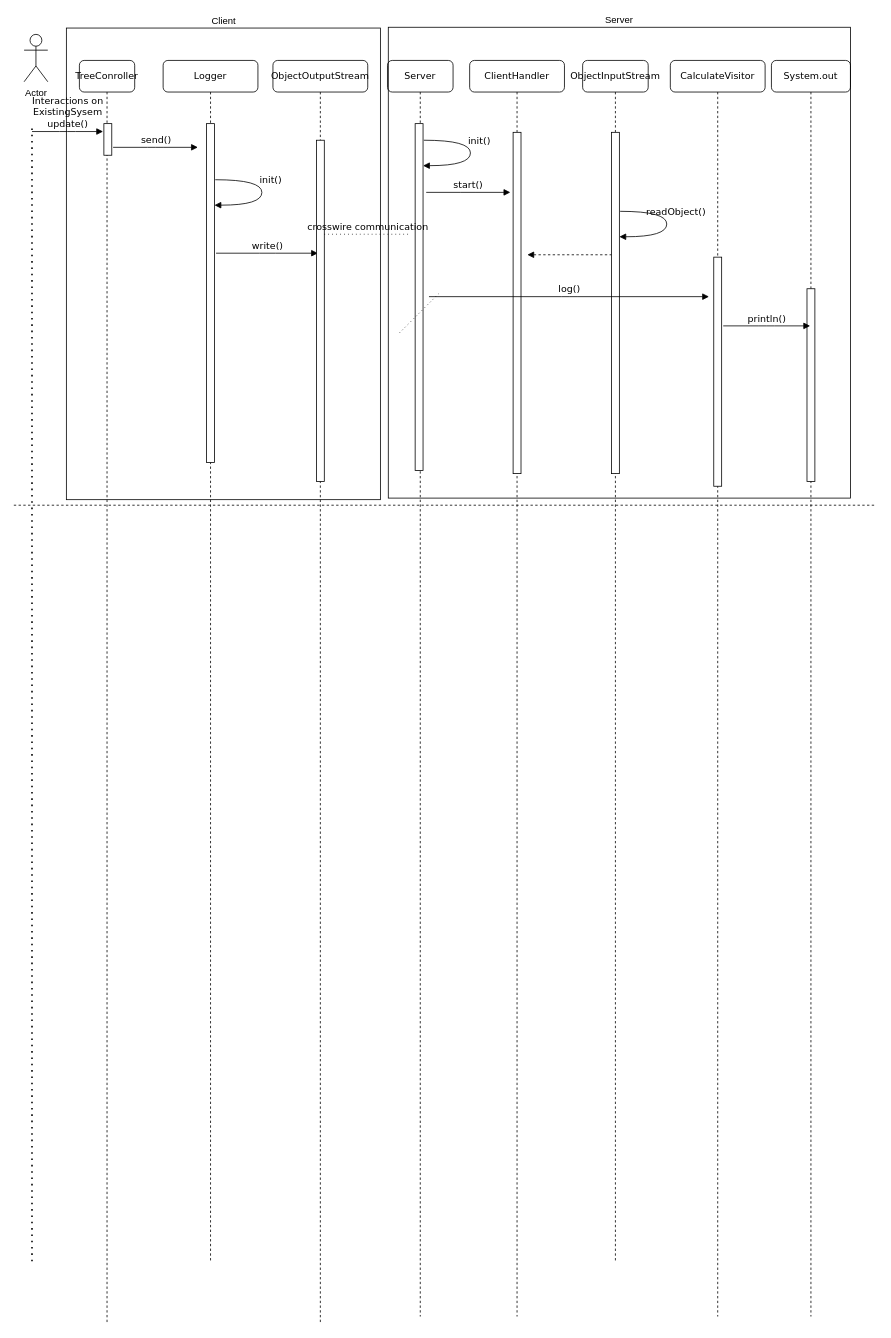
Before: HW3Q1.drawio in parveshj/577, a draw.io diagram. Source tidied: cells renumbered, new cells numbered last; positions are measured from the earlier drawing's top-left corner, leaving out a move shared by most shapes. Both pictures are drawn from the tidied source at 79%, with x=0, y=0 at pixel (13, 27).
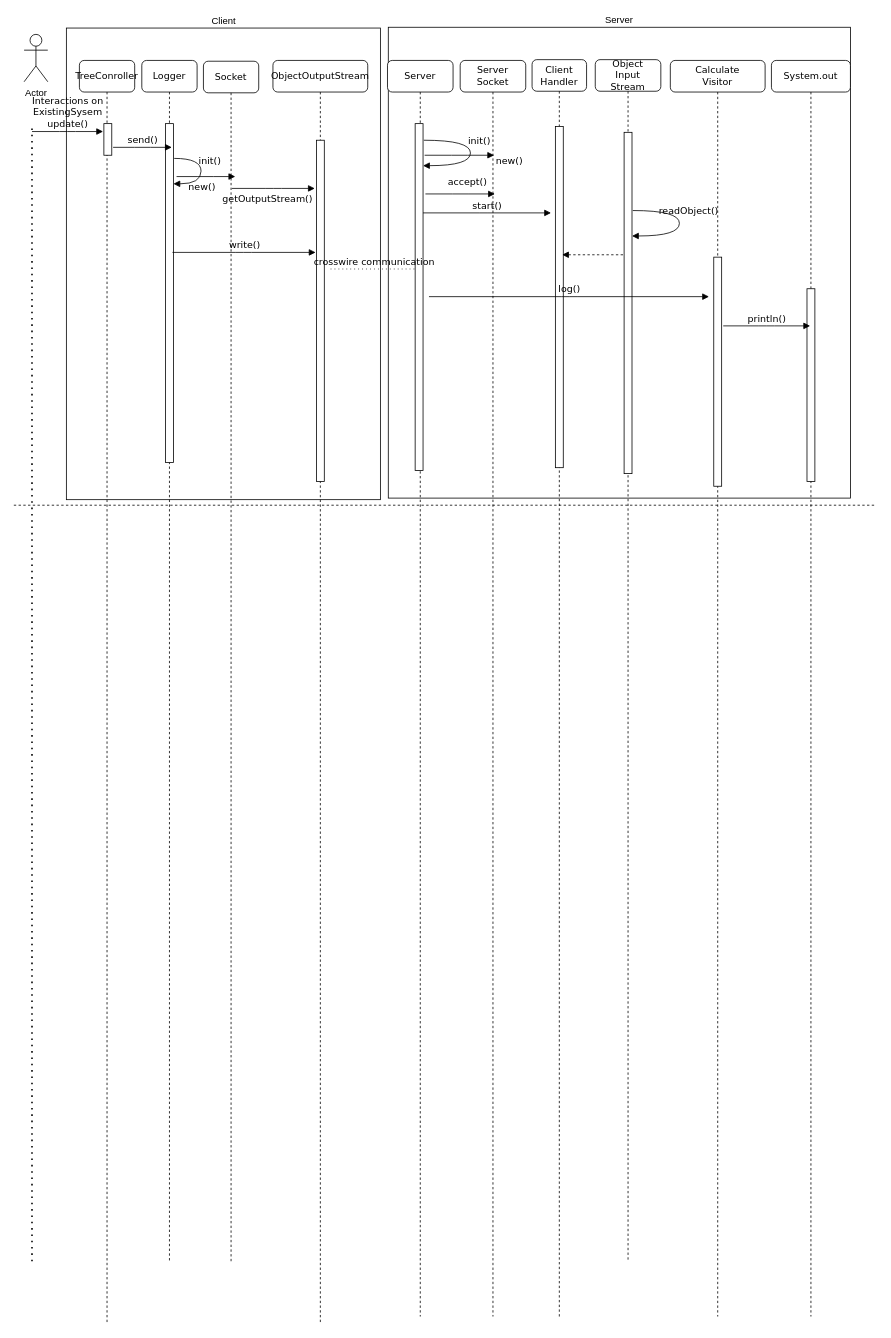
Above is the later version.

The change refers to these unchanged cells:
```xml
<mxCell id="7" style="html=1;points=[];perimeter=orthogonalPerimeter;rounded=0;shadow=0;comic=0;labelBackgroundColor=none;strokeWidth=1;fontFamily=Verdana;fontSize=12;align=center;" parent="6" vertex="1">
  <mxGeometry x="31" y="80" width="10" height="40" as="geometry" />
</mxCell>
```

The edit, as a diff of the source:
```diff
@@
+    <mxCell id="32" value="Server" style="rounded=0;whiteSpace=wrap;html=1;labelPosition=center;verticalLabelPosition=top;align=center;verticalAlign=bottom;fillColor=none;" parent="1" vertex="1">
+      <mxGeometry x="474" width="585" height="596" as="geometry" />
+    </mxCell>
+    <mxCell id="31" value="Client" style="rounded=0;html=1;fillColor=none;whiteSpace=wrap;labelPosition=center;verticalLabelPosition=top;align=center;verticalAlign=bottom;" parent="1" vertex="1">
+      <mxGeometry x="66.5" y="1" width="397.5" height="597" as="geometry" />
+    </mxCell>
     <mxCell id="2" value="Logger" style="shape=umlLifeline;perimeter=lifelinePerimeter;whiteSpace=wrap;html=1;rounded=1;shadow=0;comic=0;labelBackgroundColor=none;strokeWidth=1;fontFamily=Verdana;fontSize=12;align=center;" parent="1" vertex="1">
-      <mxGeometry x="189" y="42" width="120" height="1520" as="geometry" />
+      <mxGeometry x="162" y="42" width="70" height="1519" as="geometry" />
     </mxCell>
@@
-    <mxCell id="4" value="ObjectInputStream" style="shape=umlLifeline;perimeter=lifelinePerimeter;whiteSpace=wrap;html=1;rounded=1;shadow=0;comic=0;labelBackgroundColor=none;strokeWidth=1;fontFamily=Verdana;fontSize=12;align=center;" parent="1" vertex="1">
-      <mxGeometry x="720" y="42" width="83" height="1520" as="geometry" />
+    <mxCell id="4" value="Object&lt;br&gt;Input&lt;br&gt;Stream" style="shape=umlLifeline;perimeter=lifelinePerimeter;whiteSpace=wrap;html=1;rounded=1;shadow=0;comic=0;labelBackgroundColor=none;strokeWidth=1;fontFamily=Verdana;fontSize=12;align=center;" parent="1" vertex="1">
+      <mxGeometry x="736" y="41" width="83" height="1520" as="geometry" />
     </mxCell>
@@
     <mxCell id="10" style="html=1;perimeter=orthogonalPerimeter;rounded=0;shadow=0;comic=0;labelBackgroundColor=none;strokeWidth=1;fontFamily=Verdana;fontSize=12;align=center;" parent="1" vertex="1">
-      <mxGeometry x="244" y="122" width="10" height="429" as="geometry" />
+      <mxGeometry x="192" y="122" width="10" height="429" as="geometry" />
     </mxCell>
     <mxCell id="11" style="html=1;perimeter=orthogonalPerimeter;rounded=0;shadow=0;comic=0;labelBackgroundColor=none;strokeWidth=1;fontFamily=Verdana;fontSize=12;align=center;" parent="1" vertex="1">
-      <mxGeometry x="756.5" y="133" width="10" height="432" as="geometry" />
+      <mxGeometry x="772.5" y="133" width="10" height="432" as="geometry" />
     </mxCell>
@@
-    <mxCell id="16" value="ClientHandler" style="shape=umlLifeline;perimeter=lifelinePerimeter;whiteSpace=wrap;html=1;rounded=1;shadow=0;comic=0;labelBackgroundColor=none;strokeWidth=1;fontFamily=Verdana;fontSize=12;align=center;" parent="1" vertex="1">
-      <mxGeometry x="577" y="42" width="120" height="1590" as="geometry" />
+    <mxCell id="16" value="Client&lt;br&gt;Handler" style="shape=umlLifeline;perimeter=lifelinePerimeter;whiteSpace=wrap;html=1;rounded=1;shadow=0;comic=0;labelBackgroundColor=none;strokeWidth=1;fontFamily=Verdana;fontSize=12;align=center;" parent="1" vertex="1">
+      <mxGeometry x="656" y="41" width="69" height="1591" as="geometry" />
     </mxCell>
-    <mxCell id="17" value="CalculateVisitor" style="shape=umlLifeline;perimeter=lifelinePerimeter;whiteSpace=wrap;html=1;rounded=1;shadow=0;comic=0;labelBackgroundColor=none;strokeWidth=1;fontFamily=Verdana;fontSize=12;align=center;" parent="1" vertex="1">
+    <mxCell id="17" value="Calculate&lt;br&gt;Visitor" style="shape=umlLifeline;perimeter=lifelinePerimeter;whiteSpace=wrap;html=1;rounded=1;shadow=0;comic=0;labelBackgroundColor=none;strokeWidth=1;fontFamily=Verdana;fontSize=12;align=center;" parent="1" vertex="1">
       <mxGeometry x="831" y="42" width="120" height="1590" as="geometry" />
     </mxCell>
     <mxCell id="18" value="send()" style="html=1;verticalAlign=bottom;endArrow=block;labelBackgroundColor=none;fontFamily=Verdana;fontSize=12;edgeStyle=elbowEdgeStyle;elbow=horizontal;exitX=1.167;exitY=0.75;exitDx=0;exitDy=0;exitPerimeter=0;" parent="1" edge="1" source="7">
       <mxGeometry relative="1" as="geometry">
-        <mxPoint x="233" y="152" as="targetPoint" />
+        <mxPoint x="200" y="152" as="targetPoint" />
       </mxGeometry>
     </mxCell>
     <mxCell id="19" value="write()" style="html=1;verticalAlign=bottom;endArrow=block;labelBackgroundColor=none;fontFamily=Verdana;fontSize=12;edgeStyle=elbowEdgeStyle;elbow=horizontal;" parent="1" edge="1">
       <mxGeometry relative="1" as="geometry">
-        <mxPoint x="256" y="286" as="sourcePoint" />
-        <mxPoint x="385" y="286" as="targetPoint" />
+        <mxPoint x="200.8" y="285" as="sourcePoint" />
+        <mxPoint x="382" y="285" as="targetPoint" />
       </mxGeometry>
     </mxCell>
@@
     <mxCell id="22" value="start()" style="html=1;verticalAlign=bottom;endArrow=block;labelBackgroundColor=none;fontFamily=Verdana;fontSize=12;edgeStyle=elbowEdgeStyle;elbow=horizontal;" parent="1" edge="1">
       <mxGeometry relative="1" as="geometry">
-        <mxPoint x="522" y="209" as="sourcePoint" />
-        <mxPoint x="628.5" y="209" as="targetPoint" />
+        <mxPoint x="518" y="235" as="sourcePoint" />
+        <mxPoint x="680" y="235" as="targetPoint" />
       </mxGeometry>
     </mxCell>
     <mxCell id="23" style="html=1;perimeter=orthogonalPerimeter;rounded=0;shadow=0;comic=0;labelBackgroundColor=none;strokeWidth=1;fontFamily=Verdana;fontSize=12;align=center;" parent="1" vertex="1">
-      <mxGeometry x="632" y="133" width="10" height="432" as="geometry" />
+      <mxGeometry x="685.5" y="125.5" width="10" height="432" as="geometry" />
     </mxCell>
@@
     <mxCell id="25" value="readObject()" style="html=1;verticalAlign=bottom;endArrow=block;labelBackgroundColor=none;fontFamily=Verdana;fontSize=12;elbow=vertical;edgeStyle=orthogonalEdgeStyle;curved=1;exitX=1.1;exitY=0.2;exitDx=0;exitDy=0;exitPerimeter=0;" parent="1" edge="1">
       <mxGeometry x="-0.09" y="11" relative="1" as="geometry">
-        <mxPoint x="767.5" y="233" as="sourcePoint" />
-        <mxPoint x="766.5" y="265.2" as="targetPoint" />
+        <mxPoint x="783.5" y="232" as="sourcePoint" />
+        <mxPoint x="782.5" y="264.2" as="targetPoint" />
         <Array as="points">
-          <mxPoint x="826.5" y="233" />
-          <mxPoint x="826.5" y="265" />
+          <mxPoint x="842.5" y="232" />
+          <mxPoint x="842.5" y="264" />
         </Array>
       </mxGeometry>
     </mxCell>
     <mxCell id="26" style="html=1;verticalAlign=bottom;endArrow=none;labelBackgroundColor=none;fontFamily=Verdana;fontSize=12;edgeStyle=elbowEdgeStyle;elbow=horizontal;startArrow=block;startFill=1;endFill=0;dashed=1;" parent="1" edge="1">
       <mxGeometry relative="1" as="geometry">
-        <mxPoint x="650" y="288" as="sourcePoint" />
-        <mxPoint x="756.5" y="288" as="targetPoint" />
+        <mxPoint x="694" y="288" as="sourcePoint" />
+        <mxPoint x="772.5" y="288" as="targetPoint" />
       </mxGeometry>
     </mxCell>
@@
     <mxCell id="30" value="crosswire communication" style="html=1;verticalAlign=bottom;endArrow=none;labelBackgroundColor=none;fontFamily=Verdana;fontSize=12;edgeStyle=elbowEdgeStyle;elbow=horizontal;dashed=1;dashPattern=1 4;endFill=0;" parent="1" edge="1">
       <mxGeometry relative="1" as="geometry">
-        <mxPoint x="393" y="262" as="sourcePoint" />
-        <mxPoint x="503" y="262" as="targetPoint" />
+        <mxPoint x="401" y="306" as="sourcePoint" />
+        <mxPoint x="511" y="306" as="targetPoint" />
       </mxGeometry>
     </mxCell>
-    <mxCell id="31" value="Client" style="rounded=0;html=1;fillColor=none;whiteSpace=wrap;labelPosition=center;verticalLabelPosition=top;align=center;verticalAlign=bottom;" parent="1" vertex="1">
-      <mxGeometry x="66.5" y="1" width="397.5" height="597" as="geometry" />
-    </mxCell>
-    <mxCell id="32" value="Server" style="rounded=0;whiteSpace=wrap;html=1;labelPosition=center;verticalLabelPosition=top;align=center;verticalAlign=bottom;fillColor=none;" parent="1" vertex="1">
-      <mxGeometry x="474" width="585" height="596" as="geometry" />
-    </mxCell>
     <mxCell id="33" value="init()" style="html=1;verticalAlign=bottom;endArrow=block;labelBackgroundColor=none;fontFamily=Verdana;fontSize=12;elbow=vertical;edgeStyle=orthogonalEdgeStyle;curved=1;exitX=1.1;exitY=0.2;exitDx=0;exitDy=0;exitPerimeter=0;" parent="1" edge="1">
       <mxGeometry x="-0.09" y="11" relative="1" as="geometry">
-        <mxPoint x="255" y="193" as="sourcePoint" />
-        <mxPoint x="254" y="225.2" as="targetPoint" />
+        <mxPoint x="203" y="166" as="sourcePoint" />
+        <mxPoint x="202" y="198.2" as="targetPoint" />
         <Array as="points">
-          <mxPoint x="314" y="193" />
-          <mxPoint x="314" y="225" />
+          <mxPoint x="237" y="166" />
+          <mxPoint x="237" y="198" />
         </Array>
       </mxGeometry>
     </mxCell>
-    <mxCell id="34" style="endArrow=none;html=1;dashed=1;dashPattern=1 4;" parent="1" edge="1">
-      <mxGeometry relative="1" as="geometry">
-        <mxPoint x="488" y="387" as="sourcePoint" />
-        <mxPoint x="538" y="337" as="targetPoint" />
-      </mxGeometry>
-    </mxCell>
+    <mxCell id="35" value="Socket" style="shape=umlLifeline;perimeter=lifelinePerimeter;whiteSpace=wrap;html=1;rounded=1;shadow=0;comic=0;labelBackgroundColor=none;strokeWidth=1;fontFamily=Verdana;fontSize=12;align=center;" parent="1" vertex="1">
+      <mxGeometry x="240" y="43" width="70" height="1519" as="geometry" />
+    </mxCell>
+    <mxCell id="36" value="new()" style="html=1;verticalAlign=bottom;endArrow=block;labelBackgroundColor=none;fontFamily=Verdana;fontSize=12;edgeStyle=elbowEdgeStyle;elbow=horizontal;exitX=1.167;exitY=0.75;exitDx=0;exitDy=0;exitPerimeter=0;" parent="1" edge="1">
+      <mxGeometry x="-0.14" y="-23" relative="1" as="geometry">
+        <mxPoint x="206" y="189" as="sourcePoint" />
+        <mxPoint x="280.3" y="189" as="targetPoint" />
+      </mxGeometry>
+    </mxCell>
+    <mxCell id="37" value="getOutputStream()" style="html=1;verticalAlign=bottom;endArrow=block;labelBackgroundColor=none;fontFamily=Verdana;fontSize=12;edgeStyle=elbowEdgeStyle;elbow=horizontal;exitX=1.167;exitY=0.75;exitDx=0;exitDy=0;exitPerimeter=0;" parent="1" edge="1">
+      <mxGeometry x="-0.14" y="-23" relative="1" as="geometry">
+        <mxPoint x="276" y="204" as="sourcePoint" />
+        <mxPoint x="381" y="204" as="targetPoint" />
+      </mxGeometry>
+    </mxCell>
+    <mxCell id="38" value="Server&lt;br&gt;Socket" style="shape=umlLifeline;perimeter=lifelinePerimeter;whiteSpace=wrap;html=1;rounded=1;shadow=0;comic=0;labelBackgroundColor=none;strokeWidth=1;fontFamily=Verdana;fontSize=12;align=center;" parent="1" vertex="1">
+      <mxGeometry x="565" y="42" width="83" height="1590" as="geometry" />
+    </mxCell>
+    <mxCell id="39" value="new()" style="html=1;verticalAlign=bottom;endArrow=block;labelBackgroundColor=none;fontFamily=Verdana;fontSize=12;edgeStyle=elbowEdgeStyle;elbow=horizontal;" parent="1" edge="1">
+      <mxGeometry x="1" y="-25" relative="1" as="geometry">
+        <mxPoint x="520" y="162" as="sourcePoint" />
+        <mxPoint x="608" y="162" as="targetPoint" />
+        <mxPoint x="19" y="-8" as="offset" />
+      </mxGeometry>
+    </mxCell>
+    <mxCell id="40" value="accept()" style="html=1;verticalAlign=bottom;endArrow=block;labelBackgroundColor=none;fontFamily=Verdana;fontSize=12;edgeStyle=elbowEdgeStyle;elbow=horizontal;" parent="1" edge="1">
+      <mxGeometry x="0.2" y="6" relative="1" as="geometry">
+        <mxPoint x="521" y="211" as="sourcePoint" />
+        <mxPoint x="609" y="211" as="targetPoint" />
+      </mxGeometry>
+    </mxCell>
```
